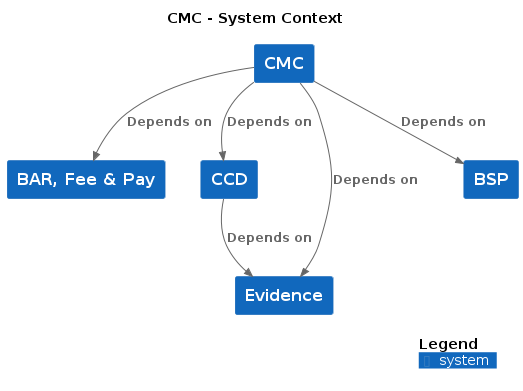
Before: docs/c4/cmc/images/structurizr-cmc-context.png, a diagram exported from PlantUML (hmcts/cnp-api-docs).
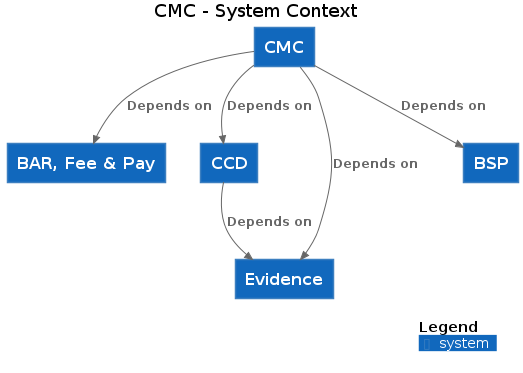
The same diagram one commit later.

Change to the diagram source:
```diff
@@ -3,20 +3,20 @@
 
 top to bottom direction
 
-!include https://raw.githubusercontent.com/plantuml-stdlib/C4-PlantUML/master/C4.puml
-!include https://raw.githubusercontent.com/plantuml-stdlib/C4-PlantUML/master/C4_Context.puml
+!includeurl https://raw.githubusercontent.com/plantuml-stdlib/C4-PlantUML/master/C4.puml
+!includeurl https://raw.githubusercontent.com/plantuml-stdlib/C4-PlantUML/master/C4_Context.puml
 
-System(CCD, "CCD", "", $tags="")
-System(Evidence, "Evidence", "", $tags="")
-System(BSP, "BSP", "", $tags="")
-System(CMC, "CMC", "", $tags="")
-System(BARFeePay, "BAR, Fee & Pay", "", $tags="")
+System(CCD, "CCD", "")
+System(Evidence, "Evidence", "")
+System(BSP, "BSP", "")
+System(CMC, "CMC", "")
+System(BARFeePay, "BAR, Fee & Pay", "")
 
-Rel_D(CCD, Evidence, "Depends on", $tags="")
-Rel_D(CMC, BARFeePay, "Depends on", $tags="")
-Rel_D(CMC, CCD, "Depends on", $tags="")
-Rel_D(CMC, Evidence, "Depends on", $tags="")
-Rel_D(CMC, BSP, "Depends on", $tags="")
+Rel_D(CCD, Evidence, "Depends on")
+Rel_D(CMC, BARFeePay, "Depends on")
+Rel_D(CMC, CCD, "Depends on")
+Rel_D(CMC, Evidence, "Depends on")
+Rel_D(CMC, BSP, "Depends on")
 
 SHOW_DYNAMIC_LEGEND()
 @enduml
```
